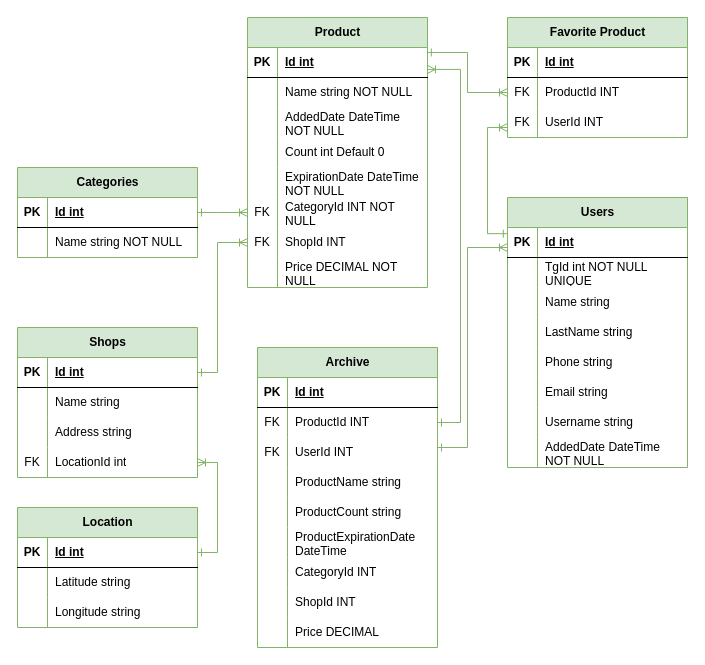
Before: ER.drawio in zhenia777/ProductBotManager, a draw.io diagram. Source tidied: cells renumbered, new cells numbered last; positions are measured from the earlier drawing's top-left corner, leaving out a move shared by most shapes. Both pictures are drawn from the tidied source at 100%, with x=0, y=0 at pixel (17, 17).
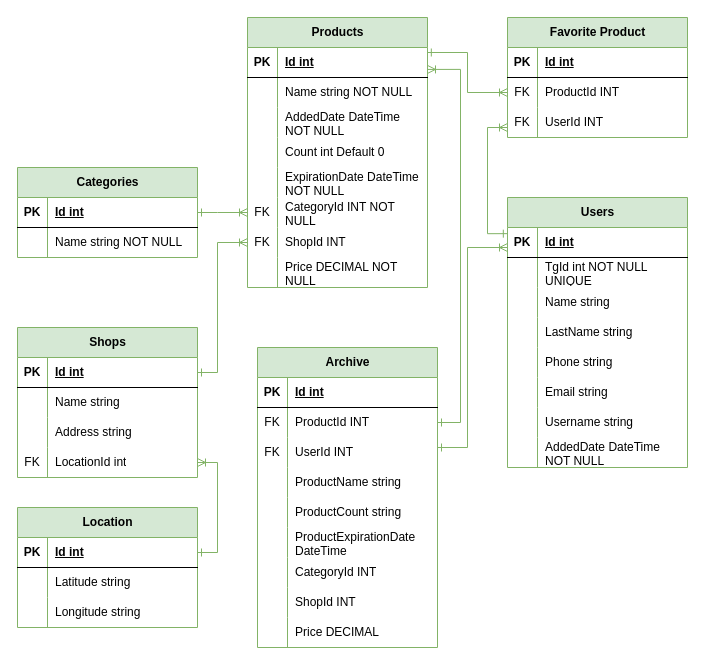
The same page after the edit.

What changed in the source:
```diff
@@
-    <mxCell id="2" value="Product" style="shape=table;startSize=30;childLayout=tableLayout;rowLines=0;fontStyle=1;align=center;html=1;fillColor=#d5e8d4;strokeColor=#82b366;" parent="1" vertex="1">
+    <mxCell id="2" value="Products" style="shape=table;startSize=30;childLayout=tableLayout;rowLines=0;fontStyle=1;align=center;html=1;fillColor=#d5e8d4;strokeColor=#82b366;" parent="1" vertex="1">
       <mxGeometry x="230" width="180" height="270" as="geometry" />
     </mxCell>
```
